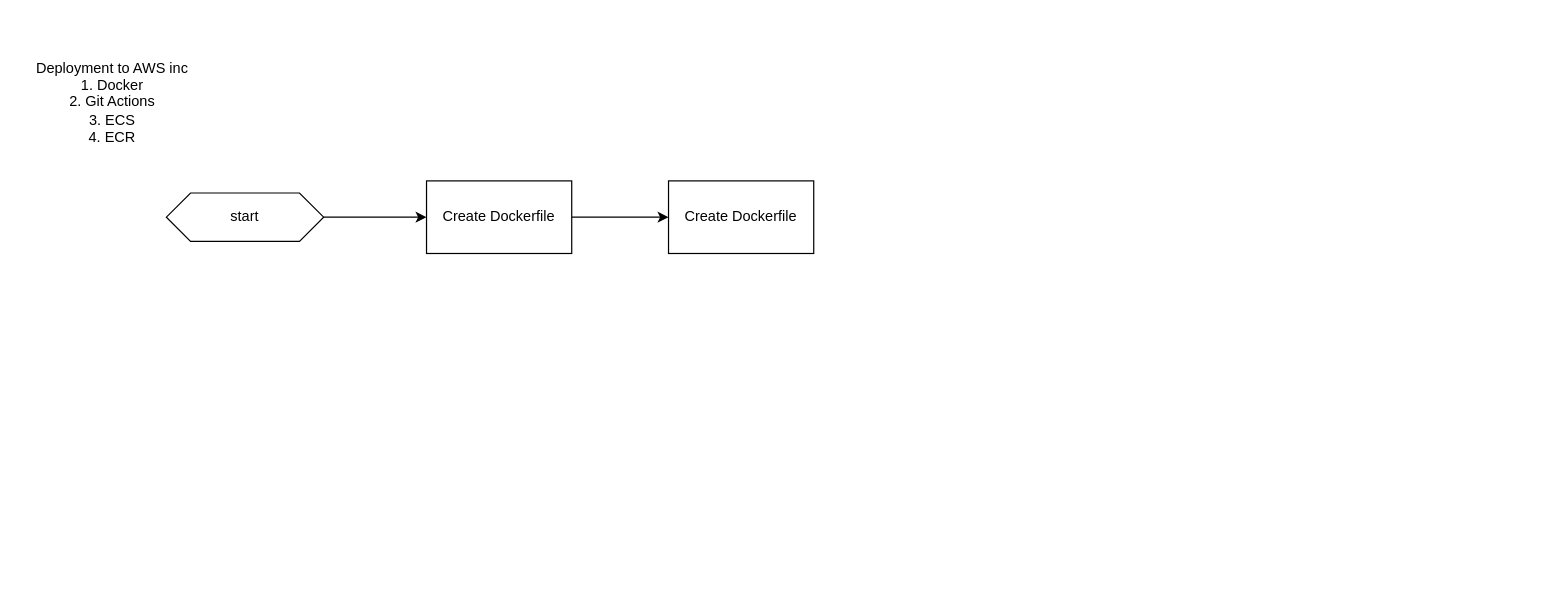
Earlier version of the draw.io diagram Untitled Diagram.drawio (Cal3574/logic_diagrams). Source tidied: cells renumbered, new cells numbered last; positions are measured from the earlier drawing's top-left corner, leaving out a move shared by most shapes. Both pictures are drawn from the tidied source at 121%, with x=0, y=0 at pixel (21, 47).
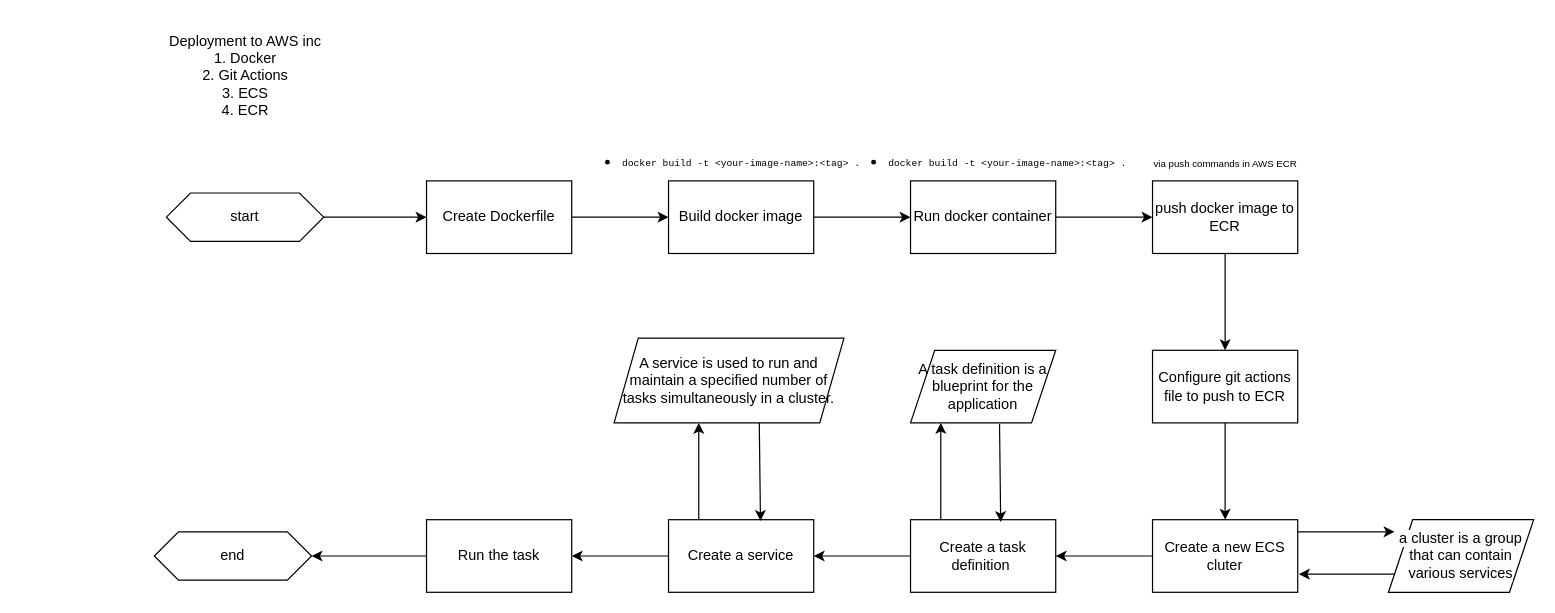
Above is the later version.

The edit, as a diff of the source:
```diff
@@
     <mxCell id="2" value="Deployment to AWS inc&lt;div&gt;1. Docker&lt;/div&gt;&lt;div&gt;2. Git Actions&lt;/div&gt;&lt;div&gt;3. ECS&lt;/div&gt;&lt;div&gt;4. ECR&lt;/div&gt;" style="text;html=1;align=center;verticalAlign=middle;strokeColor=none;fillColor=none;" parent="1" vertex="1">
-      <mxGeometry width="150" height="90" as="geometry" />
+      <mxGeometry x="110" y="-22" width="150" height="90" as="geometry" />
     </mxCell>
@@
+    <mxCell id="8" style="edgeStyle=orthogonalEdgeStyle;rounded=0;jettySize=auto;html=1;" parent="1" edge="1" source="7" target="11">
+      <mxGeometry relative="1" as="geometry" />
+    </mxCell>
-    <mxCell id="7" value="Create Dockerfile" style="whiteSpace=wrap;html=1;" parent="1" vertex="1">
+    <mxCell id="7" value="Build docker image" style="whiteSpace=wrap;html=1;" parent="1" vertex="1">
       <mxGeometry x="535" y="110" width="120" height="60" as="geometry" />
     </mxCell>
+    <mxCell id="9" value="&lt;ul&gt;&lt;li&gt;&lt;pre class=&quot;!overflow-visible&quot;&gt;&lt;div class=&quot;contain-inline-size rounded-md border-[0.5px] border-token-border-medium relative bg-token-sidebar-surface-primary dark:bg-gray-950&quot;&gt;&lt;div class=&quot;overflow-y-auto p-4&quot; dir=&quot;ltr&quot;&gt;&lt;code class=&quot;!whitespace-pre hljs language-bash&quot;&gt;&lt;font style=&quot;font-size: 8px;&quot;&gt;docker build -t &amp;lt;your-image-name&amp;gt;:&amp;lt;tag&amp;gt; .&lt;/font&gt;&lt;br&gt;&lt;/code&gt;&lt;/div&gt;&lt;/div&gt;&lt;/pre&gt;&lt;/li&gt;&lt;/ul&gt;&lt;h3&gt;&lt;/h3&gt;" style="text;whiteSpace=wrap;html=1;" parent="1" vertex="1">
+      <mxGeometry x="455" y="68" width="240" height="30" as="geometry" />
+    </mxCell>
+    <mxCell id="10" style="edgeStyle=orthogonalEdgeStyle;rounded=0;jettySize=auto;html=1;" parent="1" edge="1" source="11" target="14">
+      <mxGeometry relative="1" as="geometry" />
+    </mxCell>
+    <mxCell id="11" value="Run docker container" style="whiteSpace=wrap;html=1;" parent="1" vertex="1">
+      <mxGeometry x="735" y="110" width="120" height="60" as="geometry" />
+    </mxCell>
+    <mxCell id="12" value="&lt;ul&gt;&lt;li&gt;&lt;pre class=&quot;!overflow-visible&quot;&gt;&lt;div class=&quot;contain-inline-size rounded-md border-[0.5px] border-token-border-medium relative bg-token-sidebar-surface-primary dark:bg-gray-950&quot;&gt;&lt;div class=&quot;overflow-y-auto p-4&quot; dir=&quot;ltr&quot;&gt;&lt;code class=&quot;!whitespace-pre hljs language-bash&quot;&gt;&lt;font style=&quot;font-size: 8px;&quot;&gt;docker build -t &amp;lt;your-image-name&amp;gt;:&amp;lt;tag&amp;gt; .&lt;/font&gt;&lt;br&gt;&lt;/code&gt;&lt;/div&gt;&lt;/div&gt;&lt;/pre&gt;&lt;/li&gt;&lt;/ul&gt;&lt;h3&gt;&lt;/h3&gt;" style="text;whiteSpace=wrap;html=1;" parent="1" vertex="1">
+      <mxGeometry x="675" y="68" width="240" height="30" as="geometry" />
+    </mxCell>
+    <mxCell id="13" style="edgeStyle=orthogonalEdgeStyle;rounded=0;jettySize=auto;html=1;" parent="1" edge="1" source="14" target="17">
+      <mxGeometry relative="1" as="geometry" />
+    </mxCell>
+    <mxCell id="14" value="push docker image to ECR" style="whiteSpace=wrap;html=1;" parent="1" vertex="1">
+      <mxGeometry x="935" y="110" width="120" height="60" as="geometry" />
+    </mxCell>
+    <mxCell id="15" value="&lt;font style=&quot;font-size: 8px;&quot;&gt;via push commands in AWS ECR&lt;/font&gt;" style="text;html=1;align=center;verticalAlign=middle;strokeColor=none;fillColor=none;" parent="1" vertex="1">
+      <mxGeometry x="925" y="80" width="140" height="30" as="geometry" />
+    </mxCell>
+    <mxCell id="16" style="edgeStyle=orthogonalEdgeStyle;rounded=0;jettySize=auto;html=1;" parent="1" edge="1" source="17" target="21">
+      <mxGeometry relative="1" as="geometry" />
+    </mxCell>
+    <mxCell id="17" value="Configure git actions file to push to ECR" style="whiteSpace=wrap;html=1;" parent="1" vertex="1">
+      <mxGeometry x="935" y="250" width="120" height="60" as="geometry" />
+    </mxCell>
+    <mxCell id="18" style="edgeStyle=orthogonalEdgeStyle;rounded=0;jettySize=auto;html=1;" parent="1" edge="1" source="21" target="24">
+      <mxGeometry relative="1" as="geometry" />
+    </mxCell>
+    <mxCell id="19" style="edgeStyle=orthogonalEdgeStyle;rounded=0;orthogonalLoop=1;jettySize=auto;html=1;exitX=0;exitY=0.75;exitDx=0;exitDy=0;" parent="1" edge="1">
+      <mxGeometry relative="1" as="geometry">
+        <mxPoint x="1135" y="435" as="sourcePoint" />
+        <mxPoint x="1056" y="435" as="targetPoint" />
+      </mxGeometry>
+    </mxCell>
+    <mxCell id="20" style="edgeStyle=orthogonalEdgeStyle;rounded=0;orthogonalLoop=1;jettySize=auto;html=1;" parent="1" edge="1">
+      <mxGeometry relative="1" as="geometry">
+        <mxPoint x="1055" y="400" as="sourcePoint" />
+        <mxPoint x="1135" y="400" as="targetPoint" />
+      </mxGeometry>
+    </mxCell>
+    <mxCell id="21" value="Create a new ECS cluter" style="whiteSpace=wrap;html=1;" parent="1" vertex="1">
+      <mxGeometry x="935" y="390" width="120" height="60" as="geometry" />
+    </mxCell>
+    <mxCell id="22" style="edgeStyle=orthogonalEdgeStyle;rounded=0;jettySize=auto;html=1;" parent="1" edge="1" source="24" target="26">
+      <mxGeometry relative="1" as="geometry" />
+    </mxCell>
+    <mxCell id="23" style="edgeStyle=orthogonalEdgeStyle;rounded=0;jettySize=auto;html=1;" parent="1" edge="1" source="24" target="27">
+      <mxGeometry relative="1" as="geometry">
+        <Array as="points">
+          <mxPoint x="760" y="340" />
+          <mxPoint x="760" y="340" />
+        </Array>
+      </mxGeometry>
+    </mxCell>
+    <mxCell id="24" value="Create a task definition&amp;nbsp;" style="whiteSpace=wrap;html=1;" parent="1" vertex="1">
+      <mxGeometry x="735" y="390" width="120" height="60" as="geometry" />
+    </mxCell>
+    <mxCell id="25" style="edgeStyle=orthogonalEdgeStyle;rounded=0;jettySize=auto;html=1;" parent="1" edge="1" source="26" target="34">
+      <mxGeometry relative="1" as="geometry" />
+    </mxCell>
+    <mxCell id="26" value="Create a service" style="whiteSpace=wrap;html=1;" parent="1" vertex="1">
+      <mxGeometry x="535" y="390" width="120" height="60" as="geometry" />
+    </mxCell>
+    <mxCell id="27" value="A task definition is a blueprint for the application" style="shape=parallelogram;perimeter=parallelogramPerimeter;whiteSpace=wrap;html=1;fixedSize=1;" parent="1" vertex="1">
+      <mxGeometry x="735" y="250" width="120" height="60" as="geometry" />
+    </mxCell>
+    <mxCell id="28" value="&lt;span style=&quot;color: rgb(0, 0, 0); font-family: Helvetica; font-size: 12px; font-style: normal; font-variant-ligatures: normal; font-variant-caps: normal; font-weight: 400; letter-spacing: normal; orphans: 2; text-align: center; text-indent: 0px; text-transform: none; widows: 2; word-spacing: 0px; -webkit-text-stroke-width: 0px; white-space: normal; background-color: rgb(251, 251, 251); text-decoration-thickness: initial; text-decoration-style: initial; text-decoration-color: initial; display: inline !important; float: none;&quot;&gt;a cluster is a group that can contain various services&lt;/span&gt;" style="shape=parallelogram;perimeter=parallelogramPerimeter;whiteSpace=wrap;html=1;fixedSize=1;" parent="1" vertex="1">
+      <mxGeometry x="1130" y="390" width="120" height="60" as="geometry" />
+    </mxCell>
+    <mxCell id="29" style="endArrow=classic;html=1;rounded=0;exitX=0.613;exitY=1.017;exitDx=0;exitDy=0;exitPerimeter=0;entryX=0.621;entryY=0.032;entryDx=0;entryDy=0;entryPerimeter=0;" parent="1" edge="1" source="27" target="24">
+      <mxGeometry relative="1" as="geometry" />
+    </mxCell>
+    <mxCell id="30" style="edgeStyle=orthogonalEdgeStyle;rounded=0;orthogonalLoop=1;jettySize=auto;html=1;" parent="1" edge="1">
+      <mxGeometry relative="1" as="geometry">
+        <mxPoint x="560" y="390" as="sourcePoint" />
+        <mxPoint x="560" y="310" as="targetPoint" />
+        <Array as="points">
+          <mxPoint x="560" y="350" />
+          <mxPoint x="560" y="350" />
+        </Array>
+      </mxGeometry>
+    </mxCell>
+    <mxCell id="31" style="endArrow=classic;html=1;rounded=0;exitX=0.613;exitY=1.017;exitDx=0;exitDy=0;exitPerimeter=0;entryX=0.621;entryY=0.032;entryDx=0;entryDy=0;entryPerimeter=0;" parent="1" edge="1">
+      <mxGeometry relative="1" as="geometry">
+        <mxPoint x="610" y="310" as="sourcePoint" />
+        <mxPoint x="611" y="391" as="targetPoint" />
+      </mxGeometry>
+    </mxCell>
+    <mxCell id="32" value="A service is used to run and maintain a specified number of tasks simultaneously in a cluster." style="shape=parallelogram;perimeter=parallelogramPerimeter;whiteSpace=wrap;html=1;fixedSize=1;" parent="1" vertex="1">
+      <mxGeometry x="490" y="240" width="190" height="70" as="geometry" />
+    </mxCell>
+    <mxCell id="33" style="edgeStyle=orthogonalEdgeStyle;rounded=0;jettySize=auto;html=1;" parent="1" edge="1" source="34" target="35">
+      <mxGeometry relative="1" as="geometry" />
+    </mxCell>
+    <mxCell id="34" value="Run the task" style="whiteSpace=wrap;html=1;" parent="1" vertex="1">
+      <mxGeometry x="335" y="390" width="120" height="60" as="geometry" />
+    </mxCell>
+    <mxCell id="35" value="end" style="shape=hexagon;perimeter=hexagonPerimeter2;whiteSpace=wrap;html=1;fixedSize=1;" parent="1" vertex="1">
+      <mxGeometry x="110" y="400" width="130" height="40" as="geometry" />
+    </mxCell>
```
